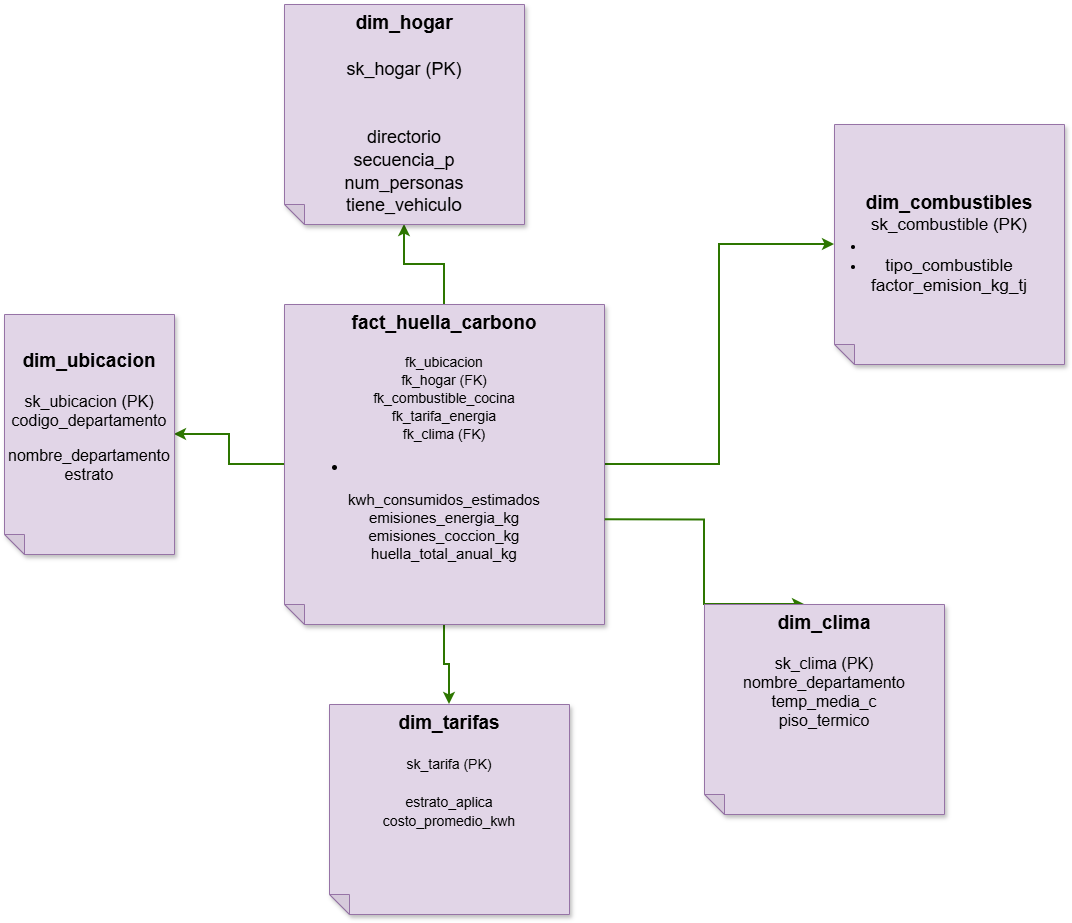
The draw.io diagram docs/evidence/star_schema.png in nikolalehurtado/etl-project-delivery-2-huella-carbono, before a commit. Source tidied: cells renumbered, new cells last; positions are measured from the earlier drawing's top-left corner, leaving out a move shared by most shapes.
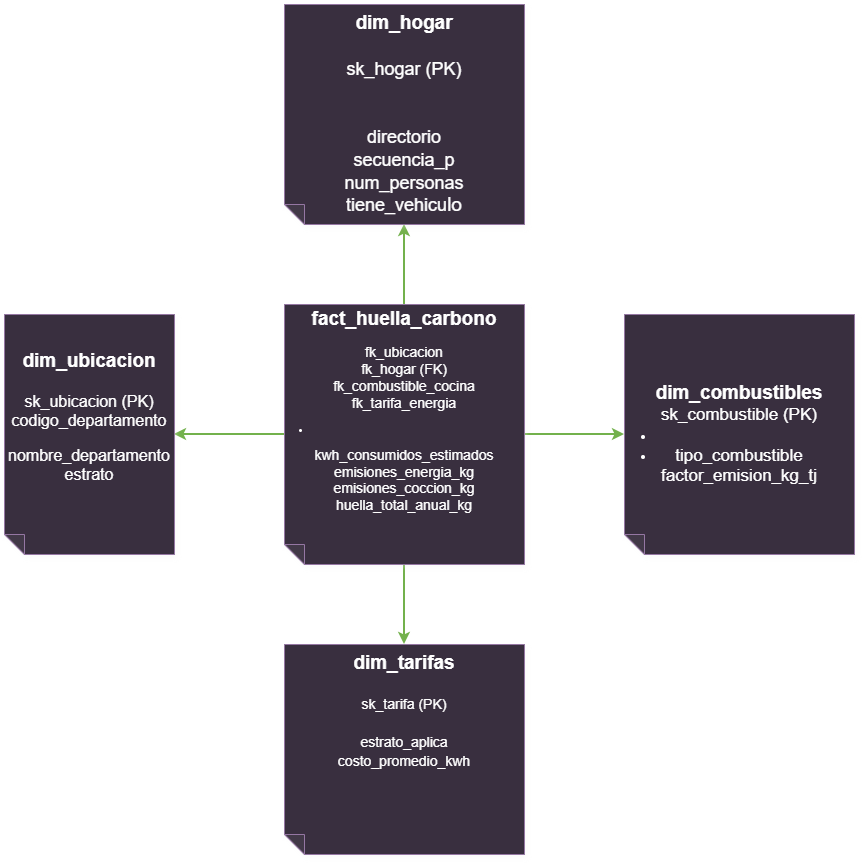
After the commit.

Commit message:
docs: README con significado de variables, diagramas Mermaid y grafo real de Airflow

What changed in the source:
```diff
@@ -14,8 +14,8 @@
     <mxCell id="5" style="edgeStyle=orthogonalEdgeStyle;rounded=0;jettySize=auto;html=1;strokeWidth=2;fillColor=#60a917;strokeColor=#2D7600;" parent="1" edge="1" source="6" target="10">
       <mxGeometry relative="1" as="geometry" />
     </mxCell>
-    <mxCell id="6" value="&lt;font style=&quot;&quot;&gt;&lt;b style=&quot;&quot;&gt;&lt;font style=&quot;font-size: 19px;&quot;&gt;fact_huella_carbono&lt;/font&gt;&lt;br&gt;&lt;br&gt;&lt;/b&gt;&lt;span style=&quot;font-size: 14px;&quot;&gt;fk_ubicacion&lt;/span&gt;&lt;br&gt;&lt;span style=&quot;font-size: 14px;&quot;&gt;fk_hogar (FK)&lt;/span&gt;&lt;br&gt;&lt;span style=&quot;font-size: 14px;&quot;&gt;fk_combustible_cocina&lt;/span&gt;&lt;br&gt;&lt;span style=&quot;font-size: 14px;&quot;&gt;fk_tarifa_energia&lt;br&gt;&lt;/span&gt;&lt;font style=&quot;font-size: 14px;&quot;&gt;fk_clima (FK)&lt;/font&gt;&lt;span style=&quot;font-size: 14px;&quot;&gt;&lt;br&gt;&lt;/span&gt;&lt;/font&gt;&lt;li&gt;&lt;p&gt;&lt;/p&gt;&lt;/li&gt;&lt;font&gt;&lt;font style=&quot;&quot;&gt;kwh_consumidos_estimados&lt;br&gt;emisiones_energia_kg&lt;br&gt;emisiones_coccion_kg&lt;br&gt;huella_total_anual_kg&lt;/font&gt;&lt;br&gt;&lt;/font&gt;&lt;b&gt;&lt;font style=&quot;font-size: 14px;&quot;&gt;&lt;br&gt;&lt;br&gt;&lt;/font&gt;&lt;br&gt;&lt;/b&gt;" style="shape=note;whiteSpace=wrap;html=1;backgroundOutline=1;darkOpacity=0.05;fillStyle=solid;direction=west;gradientDirection=north;shadow=1;size=20;autosizeText=1;fontSize=15;fillColor=#e1d5e7;strokeColor=#9673a6;" parent="1" vertex="1">
-      <mxGeometry x="280" y="300" width="320" height="320" as="geometry" />
+    <mxCell id="6" value="&lt;font style=&quot;&quot;&gt;&lt;b style=&quot;&quot;&gt;&lt;font style=&quot;font-size: 19px;&quot;&gt;fact_huella_carbono&lt;/font&gt;&lt;br&gt;&lt;br&gt;&lt;/b&gt;&lt;span style=&quot;font-size: 14px;&quot;&gt;fk_ubicacion&lt;/span&gt;&lt;br&gt;&lt;span style=&quot;font-size: 14px;&quot;&gt;fk_hogar (FK)&lt;/span&gt;&lt;br&gt;&lt;span style=&quot;font-size: 14px;&quot;&gt;fk_combustible_cocina&lt;/span&gt;&lt;br&gt;&lt;span style=&quot;font-size: 14px;&quot;&gt;fk_tarifa_energia&lt;/span&gt;&lt;/font&gt;&lt;li&gt;&lt;p&gt;&lt;/p&gt;&lt;/li&gt;&lt;font style=&quot;font-size: 14px;&quot;&gt;kwh_consumidos_estimados&lt;br&gt;emisiones_energia_kg&lt;br&gt;emisiones_coccion_kg&lt;br&gt;huella_total_anual_kg&lt;br&gt;&lt;/font&gt;&lt;b&gt;&lt;font style=&quot;font-size: 14px;&quot;&gt;&lt;br&gt;&lt;br&gt;&lt;/font&gt;&lt;br&gt;&lt;/b&gt;" style="shape=note;whiteSpace=wrap;html=1;backgroundOutline=1;darkOpacity=0.05;fillStyle=solid;direction=west;gradientDirection=north;shadow=1;size=20;autosizeText=1;fontSize=11;fillColor=#e1d5e7;strokeColor=#9673a6;" parent="1" vertex="1">
+      <mxGeometry x="280" y="300" width="240" height="260" as="geometry" />
     </mxCell>
     <mxCell id="7" value="&lt;b&gt;&lt;font style=&quot;font-size: 19px;&quot;&gt;dim_ubicacion&lt;/font&gt;&lt;br&gt;&lt;br&gt;&lt;/b&gt;sk_ubicacion (PK)&lt;br&gt;codigo_departamento&lt;br&gt;&lt;li&gt;&lt;p&gt;nombre_departamento&lt;br&gt;estrato&lt;/p&gt;&lt;/li&gt;&lt;b&gt;&lt;br&gt;&lt;/b&gt;" style="shape=note;whiteSpace=wrap;html=1;backgroundOutline=1;darkOpacity=0.05;fillStyle=solid;direction=west;gradientDirection=north;shadow=1;size=20;autosizeText=1;fontSize=16;fillColor=#e1d5e7;strokeColor=#9673a6;" parent="1" vertex="1">
       <mxGeometry y="310" width="170" height="240" as="geometry" />
@@ -24,18 +24,10 @@
       <mxGeometry x="280" width="240" height="220" as="geometry" />
     </mxCell>
     <mxCell id="9" value="&lt;font style=&quot;&quot;&gt;&lt;b style=&quot;&quot;&gt;&lt;font style=&quot;font-size: 19px;&quot;&gt;dim_combustibles&lt;/font&gt;&lt;/b&gt;&lt;b style=&quot;font-size: 17px;&quot;&gt;&lt;br&gt;&lt;/b&gt;&lt;span style=&quot;font-size: 17px;&quot;&gt;sk_combustible (PK)&lt;/span&gt;&lt;br&gt;&lt;/font&gt;&lt;li&gt;&lt;span style=&quot;background-color: transparent; color: light-dark(rgb(0, 0, 0), rgb(255, 255, 255));&quot;&gt;&lt;font style=&quot;font-size: 17px;&quot;&gt;&lt;br&gt;&lt;/font&gt;&lt;/span&gt;&lt;/li&gt;&lt;li&gt;&lt;span style=&quot;background-color: transparent; color: light-dark(rgb(0, 0, 0), rgb(255, 255, 255));&quot;&gt;&lt;font style=&quot;font-size: 17px;&quot;&gt;tipo_combustible&lt;/font&gt;&lt;/span&gt;&lt;/li&gt;&lt;font style=&quot;font-size: 17px;&quot;&gt;factor_emision_kg_tj&lt;/font&gt;&lt;b&gt;&lt;br&gt;&lt;/b&gt;" style="shape=note;whiteSpace=wrap;html=1;backgroundOutline=1;darkOpacity=0.05;fillStyle=solid;direction=west;gradientDirection=north;shadow=1;size=20;autosizeText=1;fontSize=13;fillColor=#e1d5e7;strokeColor=#9673a6;" parent="1" vertex="1">
-      <mxGeometry x="830" y="120" width="230" height="240" as="geometry" />
+      <mxGeometry x="620" y="310" width="230" height="240" as="geometry" />
     </mxCell>
     <mxCell id="10" value="&lt;font style=&quot;&quot;&gt;&lt;font style=&quot;font-size: 19px;&quot;&gt;&lt;b&gt;dim_tarifas&lt;/b&gt;&lt;/font&gt;&lt;br&gt;&lt;b style=&quot;font-size: 14px;&quot;&gt;&lt;br&gt;&lt;/b&gt;&lt;span style=&quot;font-size: 14px;&quot;&gt;sk_tarifa (PK)&lt;/span&gt;&lt;br&gt;&lt;br&gt;&lt;/font&gt;&lt;font style=&quot;font-size: 14px;&quot;&gt;estrato_aplica&lt;br&gt;costo_promedio_kwh&lt;br&gt;&lt;br&gt;&lt;/font&gt;&lt;b&gt;&lt;font style=&quot;font-size: 14px;&quot;&gt;&lt;br&gt;&lt;br&gt;&lt;/font&gt;&lt;br&gt;&lt;/b&gt;" style="shape=note;whiteSpace=wrap;html=1;backgroundOutline=1;darkOpacity=0.05;fillStyle=solid;direction=west;gradientDirection=north;shadow=1;size=20;autosizeText=1;fontSize=16;fillColor=#e1d5e7;strokeColor=#9673a6;" parent="1" vertex="1">
-      <mxGeometry x="325" y="700" width="240" height="210" as="geometry" />
+      <mxGeometry x="280" y="640" width="240" height="210" as="geometry" />
     </mxCell>
-    <mxCell id="11" style="edgeStyle=orthogonalEdgeStyle;rounded=0;jettySize=auto;html=1;strokeWidth=2;fillColor=#60a917;strokeColor=#2D7600;exitX=-0.002;exitY=0.327;exitDx=0;exitDy=0;exitPerimeter=0;" parent="1" edge="1" source="6">
-      <mxGeometry relative="1" as="geometry">
-        <mxPoint x="800" y="600" as="targetPoint" />
-      </mxGeometry>
-    </mxCell>
-    <mxCell id="12" value="&lt;font style=&quot;&quot;&gt;&lt;font style=&quot;font-size: 19px;&quot;&gt;&lt;b&gt;dim_clima&lt;/b&gt;&lt;/font&gt;&lt;br&gt;&lt;b style=&quot;font-size: 14px;&quot;&gt;&lt;br&gt;&lt;/b&gt;sk_clima (PK)&lt;br&gt;nombre_departamento&lt;br&gt;temp_media_c&lt;br&gt;piso_termico&lt;br&gt;&lt;/font&gt;&lt;font style=&quot;font-size: 14px;&quot;&gt;&lt;br&gt;&lt;/font&gt;&lt;b&gt;&lt;font style=&quot;font-size: 14px;&quot;&gt;&lt;br&gt;&lt;br&gt;&lt;/font&gt;&lt;br&gt;&lt;/b&gt;" style="shape=note;whiteSpace=wrap;html=1;backgroundOutline=1;darkOpacity=0.05;fillStyle=solid;direction=west;gradientDirection=north;shadow=1;size=20;autosizeText=1;fontSize=16;fillColor=#e1d5e7;strokeColor=#9673a6;" parent="1" vertex="1">
-      <mxGeometry x="700" y="600" width="240" height="210" as="geometry" />
-    </mxCell>
   </root>
 </mxGraphModel>
```
